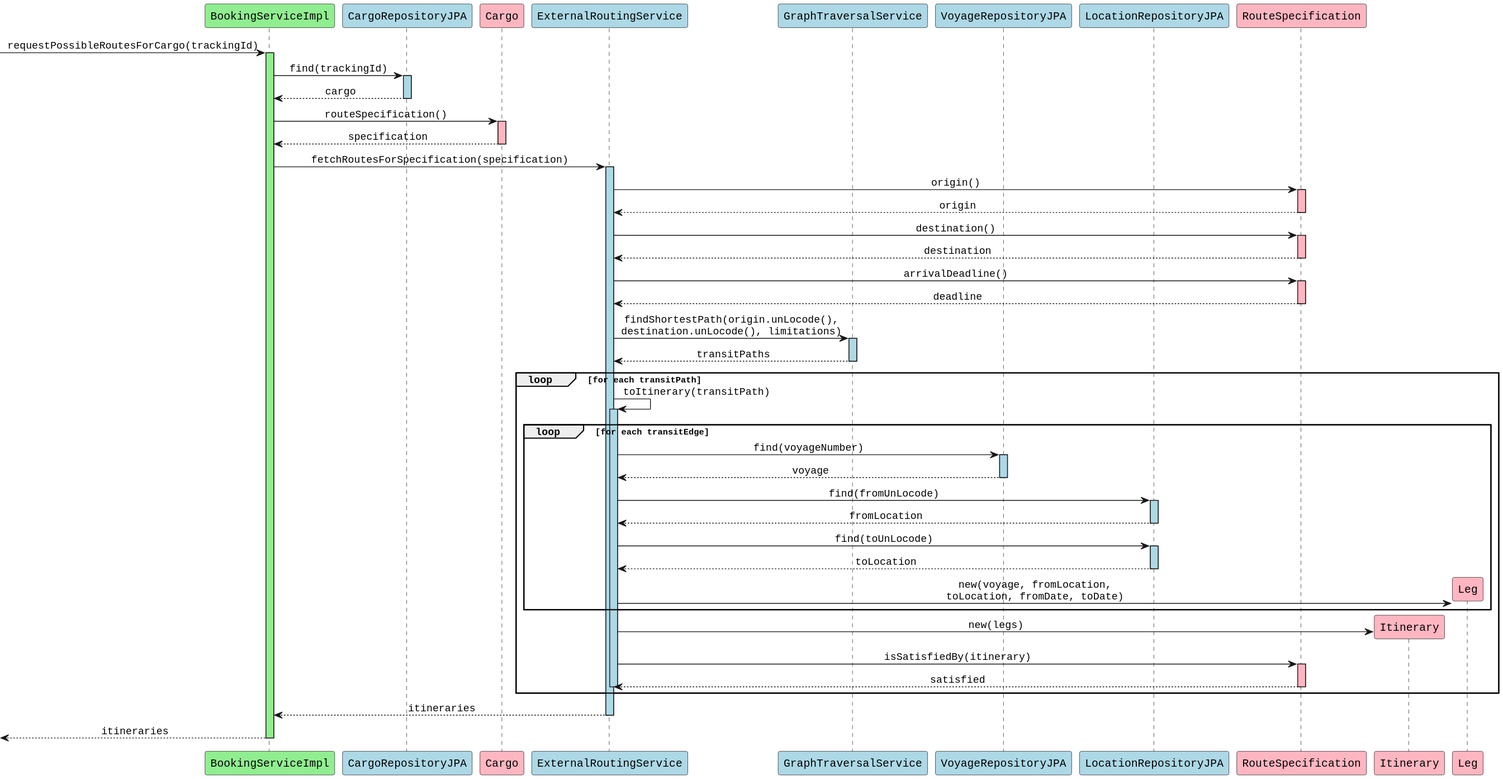
Above: diagrams/BookingServiceImpl_requestPossibleRoutesForCargo.svg in aowss/dddsample-core (PlantUML), before the change.
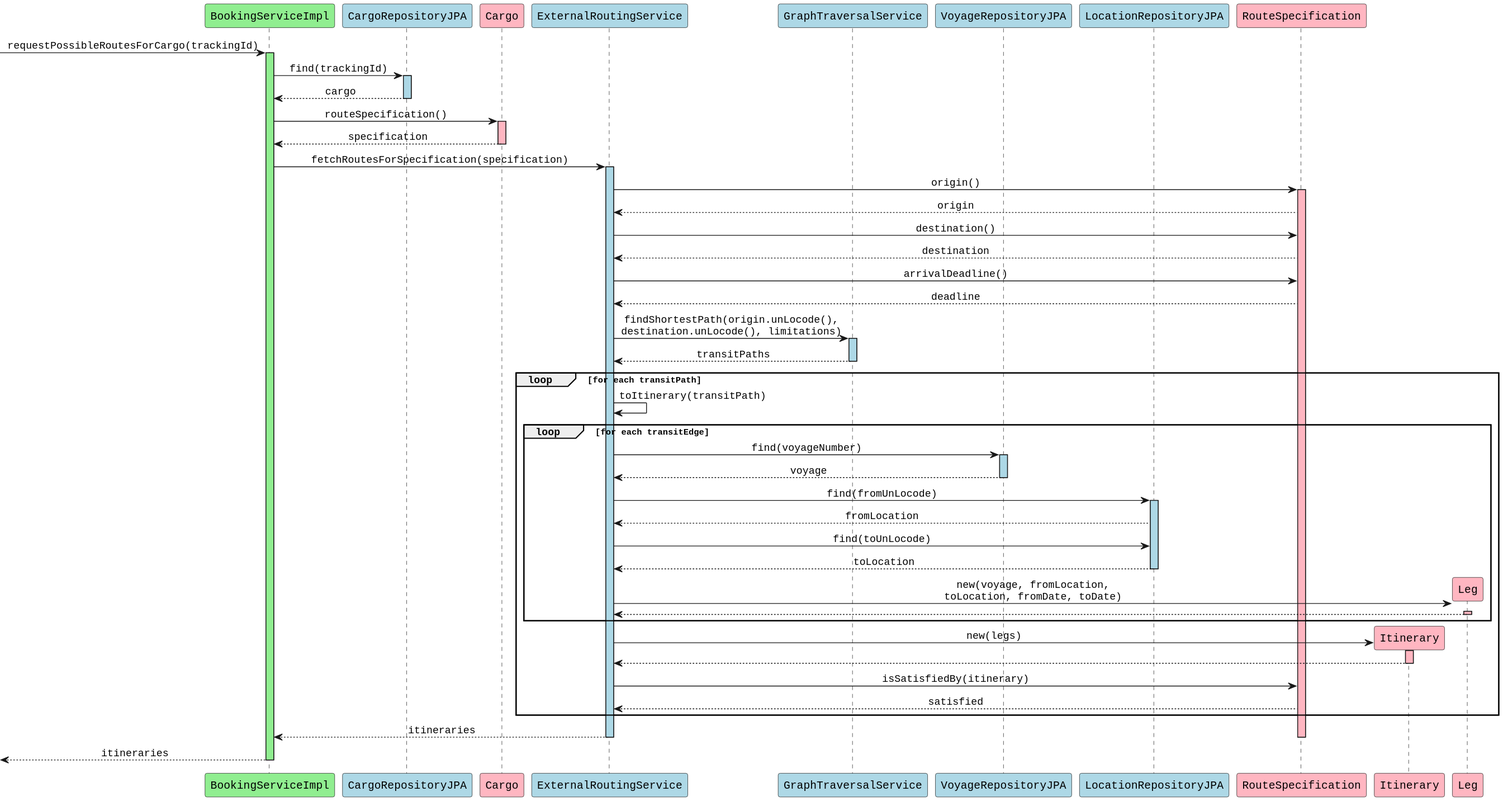
After the commit.

Change to the diagram source:
```diff
@@ -33,17 +33,12 @@
 rs -> rspec: origin()
 activate rspec #lightpink
 rspec --> rs: origin
-deactivate rspec
 
 rs -> rspec: destination()
-activate rspec #lightpink
 rspec --> rs: destination
-deactivate rspec
 
 rs -> rspec: arrivalDeadline()
-activate rspec #lightpink
 rspec --> rs: deadline
-deactivate rspec
 
 rs -> gts: findShortestPath(origin.unLocode(),\ndestination.unLocode(), limitations)
 activate gts #lightblue
@@ -52,7 +47,6 @@
 
 loop for each transitPath
     rs -> rs: toItinerary(transitPath)
-    activate rs #lightblue
 
     loop for each transitEdge
         rs -> vr: find(voyageNumber)
@@ -63,28 +57,30 @@
         rs -> lr: find(fromUnLocode)
         activate lr #lightblue
         lr --> rs: fromLocation
-        deactivate lr
 
         rs -> lr: find(toUnLocode)
-        activate lr #lightblue
         lr --> rs: toLocation
         deactivate lr
 
         create leg
         rs -> leg: new(voyage, fromLocation,\ntoLocation, fromDate, toDate)
+        activate leg #lightpink
+        leg --> rs
+        deactivate leg
     end
 
     create itin
     rs -> itin: new(legs)
+    activate itin #lightpink
+    itin --> rs
+    deactivate itin
 
     rs -> rspec: isSatisfiedBy(itinerary)
-    activate rspec #lightpink
     rspec --> rs: satisfied
-    deactivate rspec
-    deactivate rs
 end
 
 rs --> bs: itineraries
+deactivate rspec
 deactivate rs
 
 [<-- bs: itineraries
```
